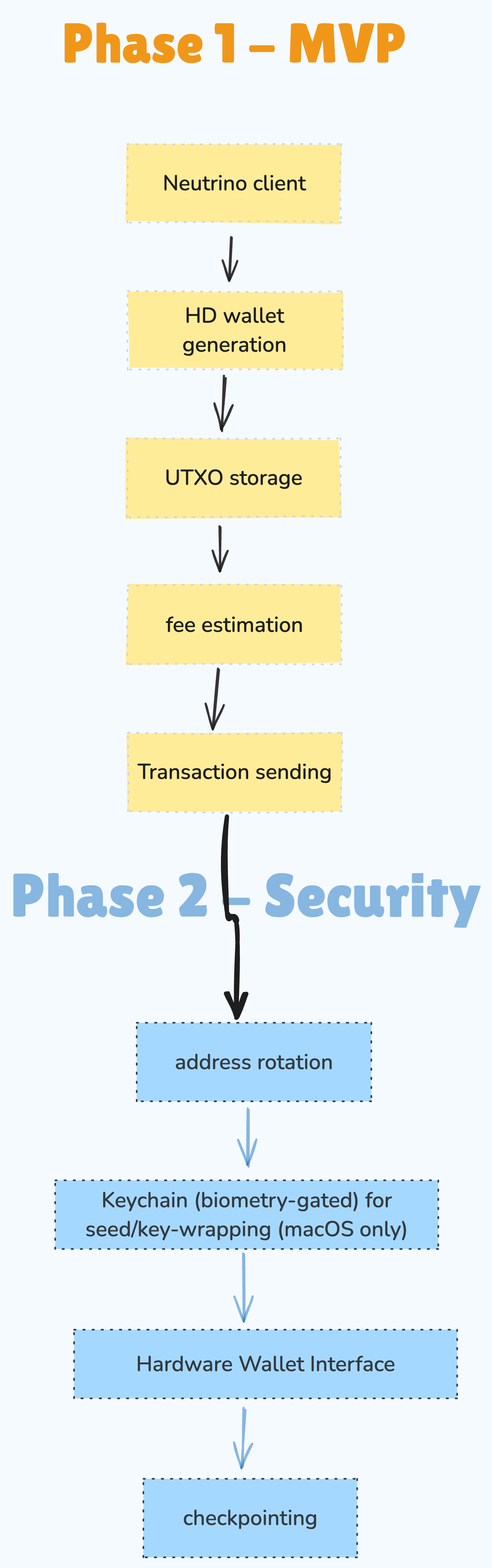
The Excalidraw diagram roadmap.excalidraw.png in satelliondao/satellion, before a commit. Source tidied: one line per element, renumbered; positions are measured from the earlier drawing's top-left corner, leaving out a move shared by most shapes.
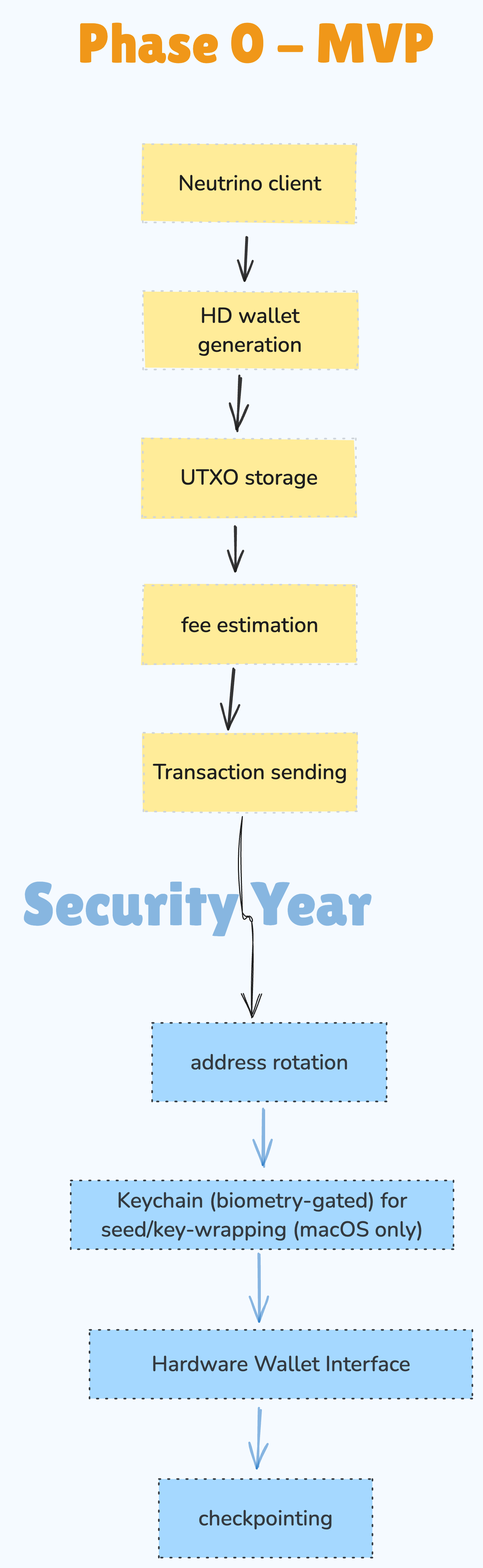
After the change.

What changed in the source:
```diff
@@ -1,9 +1,9 @@
-{"id": 0, "type": "text", "text": "Phase 2 - Security", "strokeColor": "#1971c2", "strokeWidth": 2, "roughness": 1, "opacity": 50, "fontSize": 56.92, "fontFamily": 7, "x": 0, "y": 791, "width": 438, "height": 65}
+{"id": 0, "type": "text", "text": " Security Year", "strokeColor": "#1971c2", "strokeWidth": 2, "roughness": 1, "opacity": 50, "fontSize": 56.92, "fontFamily": 7, "x": -15, "y": 799, "width": 336, "height": 65}
 {"id": 1, "type": "rectangle", "strokeColor": "#343a40", "backgroundColor": "#a5d8ff", "fillStyle": "solid", "strokeWidth": 1, "strokeStyle": "dotted", "roughness": 0, "x": 41, "y": 1090, "width": 357, "height": 64}
 {"id": 2, "type": "text", "text": "Keychain (biometry-gated) for\nseed/key-wrapping (macOS only)", "strokeColor": "#343a40", "strokeWidth": 2, "roughness": 1, "fontSize": 20, "fontFamily": 6, "textAlign": "center", "verticalAlign": "middle", "inside": 1, "x": 69, "y": 1095, "width": 300, "height": 54}
 {"id": 3, "type": "rectangle", "strokeColor": "#343a40", "backgroundColor": "#a5d8ff", "fillStyle": "solid", "strokeWidth": 1, "strokeStyle": "dotted", "roughness": 0, "x": 59, "y": 1229, "width": 357, "height": 64}
 {"id": 4, "type": "text", "text": "Hardware Wallet Interface", "strokeColor": "#343a40", "strokeWidth": 2, "roughness": 1, "fontSize": 20, "fontFamily": 6, "textAlign": "center", "verticalAlign": "middle", "inside": 3, "x": 117, "y": 1247, "width": 241, "height": 27}
-{"id": 5, "type": "text", "text": "Phase 1 - MVP", "strokeColor": "#f08c00", "strokeWidth": 2, "roughness": 1, "opacity": 90, "fontSize": 52.1, "fontFamily": 7, "x": 48, "y": 0, "width": 321, "height": 60}
+{"id": 5, "type": "text", "text": "Phase 0 - MVP", "strokeColor": "#f08c00", "strokeWidth": 2, "roughness": 1, "opacity": 90, "fontSize": 52.1, "fontFamily": 7, "x": 48, "y": 0, "width": 333, "height": 60}
 {"id": 6, "type": "rectangle", "strokeColor": "#ced4da", "backgroundColor": "#ffec99", "fillStyle": "solid", "strokeWidth": 1, "strokeStyle": "dotted", "roughness": 1, "x": 109, "y": 261, "width": 199, "height": 73}
 {"id": 7, "type": "text", "text": "HD wallet\ngeneration", "strokeColor": "#1e1e1e", "strokeWidth": 2, "roughness": 1, "fontSize": 20, "fontFamily": 6, "textAlign": "center", "verticalAlign": "middle", "inside": 6, "x": 160, "y": 271, "width": 97, "height": 54}
 {"id": 8, "type": "rectangle", "strokeColor": "#ced4da", "backgroundColor": "#ffec99", "fillStyle": "solid", "strokeWidth": 1, "strokeStyle": "dotted", "roughness": 1, "x": 109, "y": 536, "width": 199, "height": 73}
@@ -18,7 +18,7 @@
 {"id": 17, "type": "text", "text": "Transaction sending", "strokeColor": "#1e1e1e", "backgroundColor": "#b2f2bb", "fillStyle": "solid", "strokeWidth": 2, "roughness": 1, "fontSize": 20, "fontFamily": 6, "textAlign": "center", "verticalAlign": "middle", "inside": 16, "x": 118, "y": 696, "width": 181, "height": 27}
 {"id": 18, "type": "rectangle", "strokeColor": "#343a40", "backgroundColor": "#a5d8ff", "fillStyle": "solid", "strokeWidth": 1, "strokeStyle": "dotted", "roughness": 0, "x": 117, "y": 943, "width": 218, "height": 73}
 {"id": 19, "type": "text", "text": "address rotation", "strokeColor": "#343a40", "backgroundColor": "#b2f2bb", "fillStyle": "solid", "strokeWidth": 2, "roughness": 1, "fontSize": 20, "fontFamily": 6, "textAlign": "center", "verticalAlign": "middle", "inside": 18, "x": 153, "y": 966, "width": 147, "height": 27}
-{"id": 20, "type": "arrow", "strokeColor": "#1e1e1e", "backgroundColor": "#b2f2bb", "fillStyle": "solid", "strokeWidth": 4, "roughness": 2, "endArrowhead": "arrow", "from": 16, "to": 18, "x": 201, "y": 751, "width": 9, "height": 188, "points": [[0, 0], [0, 94], [9, 94], [9, 188]]}
+{"id": 20, "type": "arrow", "strokeColor": "#1e1e1e", "backgroundColor": "#b2f2bb", "fillStyle": "solid", "strokeWidth": 1, "roughness": 2, "endArrowhead": "arrow", "from": 16, "to": 18, "x": 201, "y": 751, "width": 9, "height": 188, "points": [[0, 0], [0, 94], [9, 94], [9, 188]]}
 {"id": 21, "type": "arrow", "strokeColor": "#1e1e1e", "strokeWidth": 2, "roughness": 1, "opacity": 90, "endArrowhead": "arrow", "round": true, "from": 14, "to": 6, "x": 206, "y": 211, "width": 2, "height": 40, "points": [[0, 0], [-2, 40]]}
 {"id": 22, "type": "arrow", "strokeColor": "#1e1e1e", "backgroundColor": "#b2f2bb", "fillStyle": "solid", "strokeWidth": 2, "roughness": 1, "opacity": 90, "endArrowhead": "arrow", "round": true, "from": 6, "to": 12, "x": 200, "y": 341, "width": 3, "height": 50, "points": [[0, 0], [-3, 50]]}
 {"id": 23, "type": "arrow", "strokeColor": "#1e1e1e", "backgroundColor": "#b2f2bb", "fillStyle": "solid", "strokeWidth": 2, "roughness": 1, "opacity": 90, "endArrowhead": "arrow", "round": true, "from": 12, "to": 8, "x": 195, "y": 481, "width": 1, "height": 41, "points": [[0, 0], [1, 41]]}
```
